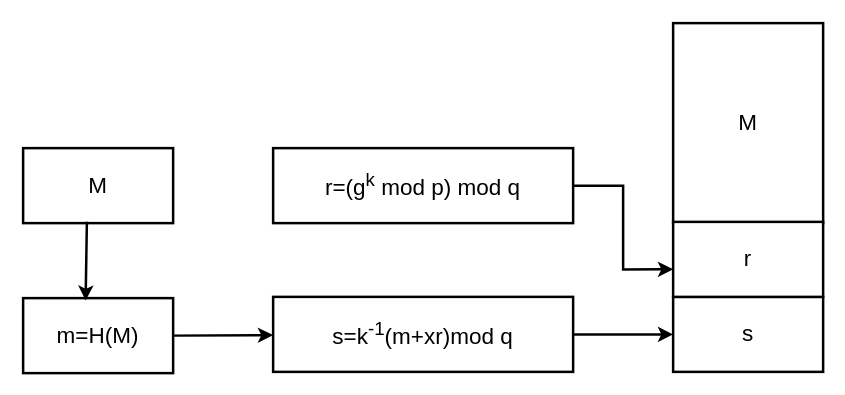
Before: elgammal.drawio in mzndnes/tic, a draw.io diagram. Source tidied: cells renumbered, new cells numbered last; positions are measured from the earlier drawing's top-left corner, leaving out a move shared by most shapes. Both pictures are drawn from the tidied source at 125%, with x=0, y=0 at pixel (22, 22).
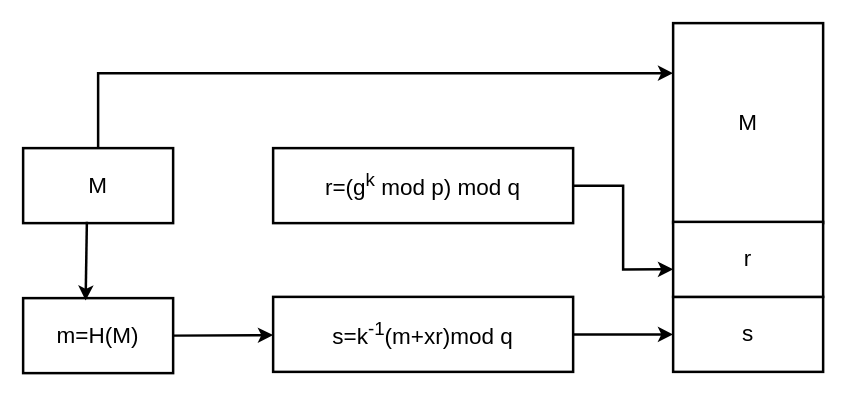
After the change.

Change to the diagram source:
```diff
@@
 <mxGraphModel>
   <root>
     <mxCell id="0" />
     <mxCell id="1" parent="0" />
     <mxCell id="2" value="r=(g&lt;sup&gt;k&lt;/sup&gt; mod p) mod q" style="rounded=0;whiteSpace=wrap;html=1;strokeWidth=2;fontSize=18;" parent="1" vertex="1">
       <mxGeometry x="200" y="100" width="240" height="60" as="geometry" />
     </mxCell>
     <mxCell id="3" style="edgeStyle=orthogonalEdgeStyle;rounded=0;jettySize=auto;html=1;entryX=0;entryY=0.5;entryDx=0;entryDy=0;strokeWidth=2;" parent="1" edge="1" source="4" target="10">
       <mxGeometry relative="1" as="geometry" />
     </mxCell>
     <mxCell id="4" value="s=k&lt;sup&gt;-1&lt;/sup&gt;(m+xr)mod q" style="rounded=0;whiteSpace=wrap;html=1;strokeWidth=2;fontSize=18;" parent="1" vertex="1">
       <mxGeometry x="200" y="219" width="240" height="60" as="geometry" />
     </mxCell>
     <mxCell id="5" value="m=H(M)" style="rounded=0;whiteSpace=wrap;html=1;strokeWidth=2;fontSize=18;" parent="1" vertex="1">
       <mxGeometry y="220" width="120" height="60" as="geometry" />
     </mxCell>
     <mxCell id="6" style="endArrow=classic;html=1;rounded=0;exitX=1;exitY=0.5;exitDx=0;exitDy=0;strokeWidth=2;" parent="1" edge="1" source="5" target="4">
       <mxGeometry relative="1" as="geometry" />
     </mxCell>
     <mxCell id="7" value="M" style="rounded=0;whiteSpace=wrap;html=1;strokeWidth=2;fontSize=18;" parent="1" vertex="1">
       <mxGeometry x="520" width="120" height="160" as="geometry" />
     </mxCell>
+    <mxCell id="13" style="edgeStyle=orthogonalEdgeStyle;rounded=0;jettySize=auto;html=1;entryX=0;entryY=0.25;entryDx=0;entryDy=0;strokeWidth=2;" parent="1" edge="1" source="8" target="7">
+      <mxGeometry relative="1" as="geometry">
+        <Array as="points">
+          <mxPoint x="60" y="40" />
+        </Array>
+      </mxGeometry>
+    </mxCell>
     <mxCell id="8" value="M" style="rounded=0;whiteSpace=wrap;html=1;strokeWidth=2;fontSize=18;" parent="1" vertex="1">
       <mxGeometry y="100" width="120" height="60" as="geometry" />
     </mxCell>
     <mxCell id="9" style="endArrow=classic;html=1;rounded=0;exitX=0.425;exitY=0.983;exitDx=0;exitDy=0;exitPerimeter=0;strokeWidth=2;" parent="1" edge="1" source="8">
       <mxGeometry relative="1" as="geometry">
         <mxPoint x="50" y="222" as="targetPoint" />
       </mxGeometry>
     </mxCell>
     <mxCell id="10" value="s" style="rounded=0;whiteSpace=wrap;html=1;strokeWidth=2;fontSize=18;" parent="1" vertex="1">
       <mxGeometry x="520" y="219" width="120" height="60" as="geometry" />
     </mxCell>
     <mxCell id="11" value="r" style="rounded=0;whiteSpace=wrap;html=1;strokeWidth=2;fontSize=18;" parent="1" vertex="1">
       <mxGeometry x="520" y="159" width="120" height="60" as="geometry" />
     </mxCell>
     <mxCell id="12" style="edgeStyle=orthogonalEdgeStyle;rounded=0;jettySize=auto;html=1;entryX=0;entryY=0.633;entryDx=0;entryDy=0;entryPerimeter=0;strokeWidth=2;" parent="1" edge="1" source="2" target="11">
       <mxGeometry relative="1" as="geometry" />
     </mxCell>
   </root>
 </mxGraphModel>
```
